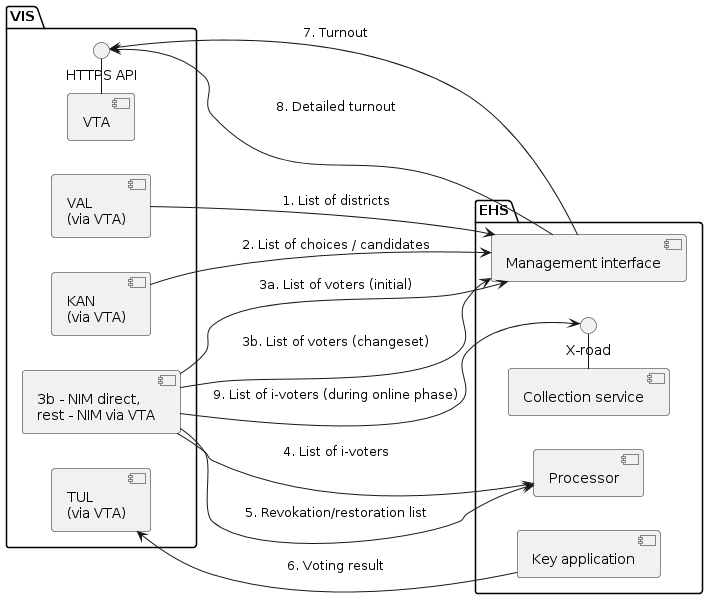
Before: img/vis-ehs.en.png, a diagram exported from PlantUML (e-gov/VIS3-EHS). Source of this version:
```plantuml
@startuml
left to right direction

package VIS {

  component "VAL\n(via VTA)" as VAL {
  }

  component "KAN\n(via VTA)" as KAN {
  }

  component "3b - NIM direct,\nrest - NIM via VTA" as NIM {
  }

  component "TUL\n(via VTA)" as TUL {
  }

  () "HTTPS API" as i_vta


  component "VTA" as VTA {

  }

  component "NIM" as NIM {
  }


}



package EHS {

  component "Management interface" as haldus

  () "X-road" as i_xroad

  component "Collection service" as collector

  component "Processor" as processor

  component "Key application" as key

}


VAL --> haldus: 1. List of districts
KAN --> haldus: 2. List of choices / candidates

NIM --> haldus: 3a. List of voters (initial)
NIM --> haldus: 3b. List of voters (changeset)
NIM --> processor: 4. List of i-voters
NIM --> processor: 5. Revokation/restoration list


TUL <-- key: 6. Voting result

VTA - i_vta

i_vta <-- haldus: 7. Turnout

i_vta <-- haldus: 8. Detailed turnout


NIM --> i_xroad: 9. List of i-voters (during online phase)
collector - i_xroad
@enduml
```
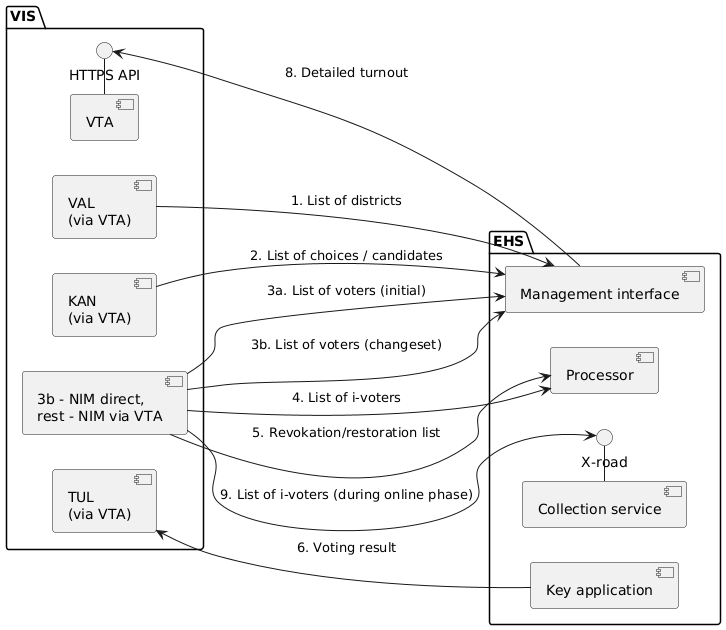
After the change.

Commit message:
diagrammide png-de värskendus

Diff of the diagram source:
```diff
@@ -1,4 +1,5 @@
 @startuml
+
 left to right direction
 
 package VIS {
@@ -58,11 +59,14 @@
 
 VTA - i_vta
 
-i_vta <-- haldus: 7. Turnout
 
 i_vta <-- haldus: 8. Detailed turnout
 
 
 NIM --> i_xroad: 9. List of i-voters (during online phase)
 collector - i_xroad
+
+
+
+
 @enduml
```
